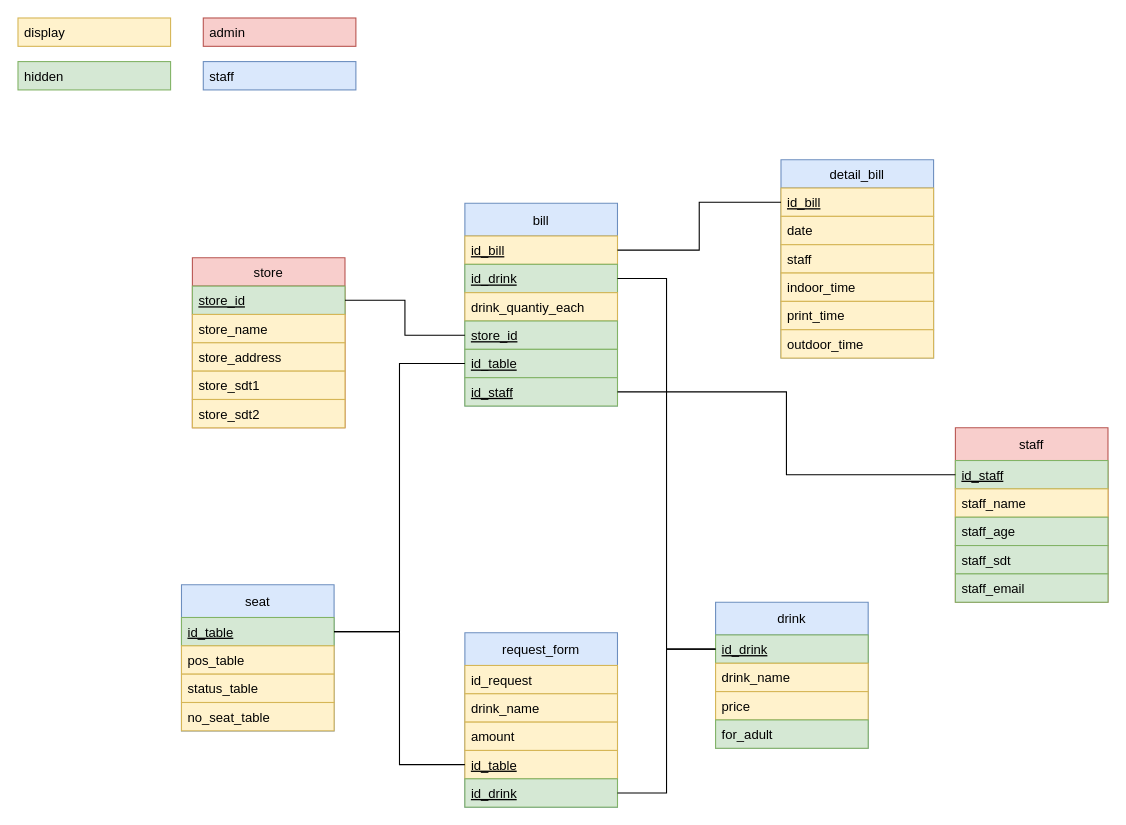
Above: store.drawio in jinshinvn/do-an-python (draw.io), before the change. Source tidied: cells renumbered, new cells numbered last; positions are measured from the earlier drawing's top-left corner, leaving out a move shared by most shapes. Both pictures are drawn from the tidied source at 109%, with x=0, y=0 at pixel (17, 17).
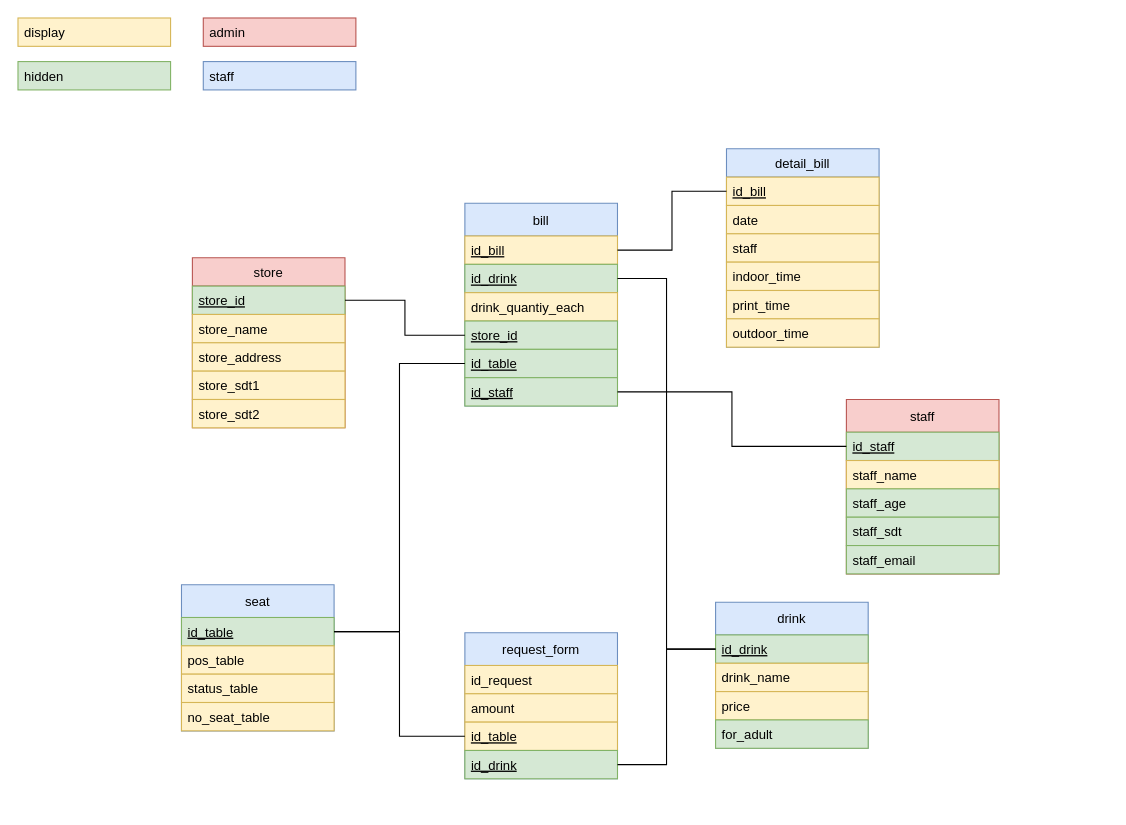
Above is the later version.

The edit, as a diff of the source:
```diff
@@
     <mxCell id="15" value="detail_bill" style="swimlane;fontStyle=0;horizontal=1;startSize=26;fillColor=#dae8fc;strokeColor=#6c8ebf;" parent="1" vertex="1">
-      <mxGeometry x="700" y="130" width="140" height="182" as="geometry" />
+      <mxGeometry x="650" y="120" width="140" height="182" as="geometry" />
     </mxCell>
@@
     <mxCell id="40" value="request_form" style="swimlane;fontStyle=0;horizontal=1;startSize=30;fillColor=#dae8fc;strokeColor=#6c8ebf;" parent="1" vertex="1">
-      <mxGeometry x="410" y="564" width="140" height="160" as="geometry" />
+      <mxGeometry x="410" y="564" width="140" height="134" as="geometry" />
     </mxCell>
@@
-    <mxCell id="42" value="drink_name" style="text;strokeColor=#d6b656;fillColor=#fff2cc;align=left;verticalAlign=top;spacingLeft=4;spacingRight=4;overflow=hidden;" parent="40" vertex="1">
-      <mxGeometry y="56" width="140" height="26" as="geometry" />
-    </mxCell>
     <mxCell id="43" value="amount" style="text;strokeColor=#d6b656;fillColor=#fff2cc;align=left;verticalAlign=top;spacingLeft=4;spacingRight=4;overflow=hidden;" parent="40" vertex="1">
-      <mxGeometry y="82" width="140" height="26" as="geometry" />
+      <mxGeometry y="56" width="140" height="26" as="geometry" />
     </mxCell>
     <mxCell id="44" value="id_table" style="text;strokeColor=#d6b656;fillColor=#fff2cc;align=left;verticalAlign=top;spacingLeft=4;spacingRight=4;overflow=hidden;points=[[0,0.5],[1,0.5]];portConstraint=eastwest;fontStyle=4;" parent="40" vertex="1">
-      <mxGeometry y="108" width="140" height="26" as="geometry" />
+      <mxGeometry y="82" width="140" height="26" as="geometry" />
     </mxCell>
     <mxCell id="45" value="id_drink" style="text;strokeColor=#82b366;fillColor=#d5e8d4;align=left;verticalAlign=top;spacingLeft=4;spacingRight=4;overflow=hidden;points=[[0,0.5],[1,0.5]];portConstraint=eastwest;fontStyle=4;" parent="40" vertex="1">
-      <mxGeometry y="134" width="140" height="26" as="geometry" />
+      <mxGeometry y="108" width="140" height="26" as="geometry" />
     </mxCell>
@@
     <mxCell id="48" value="staff" style="swimlane;fontStyle=0;horizontal=1;startSize=30;fillColor=#f8cecc;strokeColor=#b85450;" parent="1" vertex="1">
-      <mxGeometry x="860" y="376" width="140" height="160" as="geometry" />
+      <mxGeometry x="760" y="350" width="140" height="160" as="geometry" />
     </mxCell>
```
